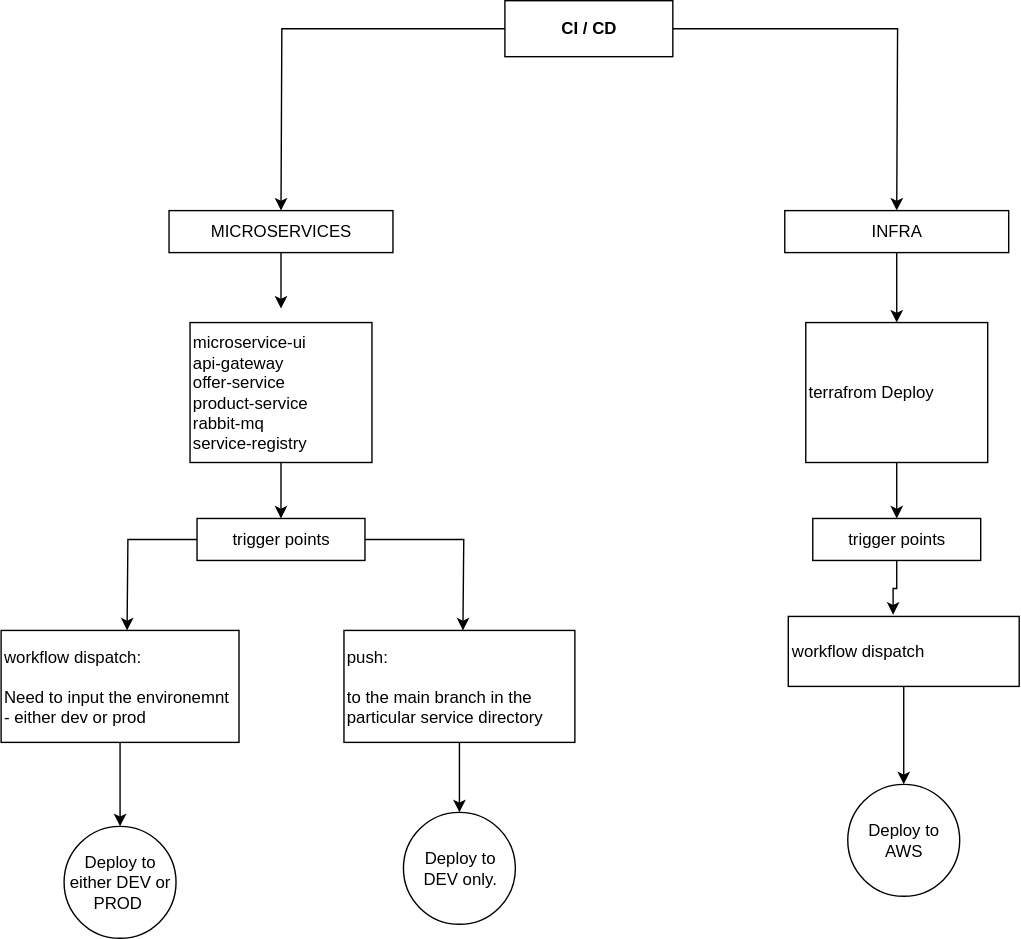
huzaifa1221/microservices-DevOps-Aws keeps this draw.io diagram as readme-images/cicd-arch.svg. Above is the earlier version. Source tidied: cells renumbered, new cells last; positions are measured from the earlier drawing's top-left corner, leaving out a move shared by most shapes. The source it was exported from:
```xml
<mxGraphModel>
  <root>
    <mxCell id="0" />
    <mxCell id="1" parent="0" />
    <mxCell id="2" style="edgeStyle=orthogonalEdgeStyle;rounded=0;jettySize=auto;html=1;" parent="1" edge="1" source="4">
      <mxGeometry relative="1" as="geometry">
        <mxPoint x="200" y="150" as="targetPoint" />
      </mxGeometry>
    </mxCell>
    <mxCell id="3" style="edgeStyle=orthogonalEdgeStyle;rounded=0;jettySize=auto;html=1;" parent="1" edge="1" source="4">
      <mxGeometry relative="1" as="geometry">
        <mxPoint x="640" y="150" as="targetPoint" />
      </mxGeometry>
    </mxCell>
    <mxCell id="4" value="&lt;b&gt;CI / CD&lt;/b&gt;" style="rounded=0;whiteSpace=wrap;html=1;" parent="1" vertex="1">
      <mxGeometry x="360" width="120" height="40" as="geometry" />
    </mxCell>
    <mxCell id="5" style="edgeStyle=orthogonalEdgeStyle;rounded=0;jettySize=auto;html=1;" parent="1" edge="1" source="6">
      <mxGeometry relative="1" as="geometry">
        <mxPoint x="200" y="220" as="targetPoint" />
      </mxGeometry>
    </mxCell>
    <mxCell id="6" value="MICROSERVICES" style="rounded=0;whiteSpace=wrap;html=1;" parent="1" vertex="1">
      <mxGeometry x="120" y="150" width="160" height="30" as="geometry" />
    </mxCell>
    <mxCell id="7" style="edgeStyle=orthogonalEdgeStyle;rounded=0;jettySize=auto;html=1;" parent="1" edge="1" source="8">
      <mxGeometry relative="1" as="geometry">
        <mxPoint x="640" y="230" as="targetPoint" />
      </mxGeometry>
    </mxCell>
    <mxCell id="8" value="INFRA" style="rounded=0;whiteSpace=wrap;html=1;" parent="1" vertex="1">
      <mxGeometry x="560" y="150" width="160" height="30" as="geometry" />
    </mxCell>
    <mxCell id="9" style="edgeStyle=orthogonalEdgeStyle;rounded=0;jettySize=auto;html=1;" parent="1" edge="1" source="10" target="13">
      <mxGeometry relative="1" as="geometry" />
    </mxCell>
    <mxCell id="10" value="microservice-ui&lt;div&gt;api-gateway&lt;/div&gt;&lt;div&gt;offer-service&lt;/div&gt;&lt;div&gt;product-service&lt;/div&gt;&lt;div&gt;rabbit-mq&lt;/div&gt;&lt;div&gt;service-registry&lt;/div&gt;" style="text;html=1;align=left;verticalAlign=middle;whiteSpace=wrap;rounded=0;strokeColor=default;" parent="1" vertex="1">
      <mxGeometry x="135" y="230" width="130" height="100" as="geometry" />
    </mxCell>
    <mxCell id="11" style="edgeStyle=orthogonalEdgeStyle;rounded=0;jettySize=auto;html=1;" parent="1" edge="1" source="13">
      <mxGeometry relative="1" as="geometry">
        <mxPoint x="90" y="450" as="targetPoint" />
      </mxGeometry>
    </mxCell>
    <mxCell id="12" style="edgeStyle=orthogonalEdgeStyle;rounded=0;jettySize=auto;html=1;" parent="1" edge="1" source="13">
      <mxGeometry relative="1" as="geometry">
        <mxPoint x="330" y="450" as="targetPoint" />
      </mxGeometry>
    </mxCell>
    <mxCell id="13" value="trigger points" style="rounded=0;whiteSpace=wrap;html=1;" parent="1" vertex="1">
      <mxGeometry x="140" y="370" width="120" height="30" as="geometry" />
    </mxCell>
    <mxCell id="14" style="edgeStyle=orthogonalEdgeStyle;rounded=0;jettySize=auto;html=1;entryX=0.5;entryY=0;entryDx=0;entryDy=0;" parent="1" edge="1" source="15" target="19">
      <mxGeometry relative="1" as="geometry" />
    </mxCell>
    <mxCell id="15" value="&lt;div&gt;push:&lt;/div&gt;&lt;div&gt;&lt;br&gt;&lt;/div&gt;&lt;div&gt;to the main branch in the particular service directory&lt;/div&gt;" style="rounded=0;whiteSpace=wrap;html=1;align=left;" parent="1" vertex="1">
      <mxGeometry x="245" y="450" width="165" height="80" as="geometry" />
    </mxCell>
    <mxCell id="16" style="edgeStyle=orthogonalEdgeStyle;rounded=0;jettySize=auto;html=1;entryX=0.5;entryY=0;entryDx=0;entryDy=0;" parent="1" edge="1" source="17" target="18">
      <mxGeometry relative="1" as="geometry" />
    </mxCell>
    <mxCell id="17" value="&lt;div&gt;workflow dispatch:&lt;/div&gt;&lt;div&gt;&lt;br&gt;&lt;/div&gt;&lt;div&gt;Need to input the environemnt - either dev or prod&amp;nbsp;&lt;/div&gt;" style="rounded=0;whiteSpace=wrap;html=1;align=left;" parent="1" vertex="1">
      <mxGeometry y="450" width="170" height="80" as="geometry" />
    </mxCell>
    <mxCell id="18" value="Deploy to either DEV or PROD&amp;nbsp;" style="ellipse;whiteSpace=wrap;html=1;" parent="1" vertex="1">
      <mxGeometry x="45" y="590" width="80" height="80" as="geometry" />
    </mxCell>
    <mxCell id="19" value="Deploy to DEV only." style="ellipse;whiteSpace=wrap;html=1;" parent="1" vertex="1">
      <mxGeometry x="287.5" y="580" width="80" height="80" as="geometry" />
    </mxCell>
    <mxCell id="20" style="edgeStyle=orthogonalEdgeStyle;rounded=0;jettySize=auto;html=1;entryX=0.5;entryY=0;entryDx=0;entryDy=0;" parent="1" edge="1" source="21" target="22">
      <mxGeometry relative="1" as="geometry" />
    </mxCell>
    <mxCell id="21" value="terrafrom Deploy" style="text;html=1;align=left;verticalAlign=middle;whiteSpace=wrap;rounded=0;strokeColor=default;" parent="1" vertex="1">
      <mxGeometry x="575" y="230" width="130" height="100" as="geometry" />
    </mxCell>
    <mxCell id="22" value="trigger points" style="rounded=0;whiteSpace=wrap;html=1;" parent="1" vertex="1">
      <mxGeometry x="580" y="370" width="120" height="30" as="geometry" />
    </mxCell>
    <mxCell id="23" style="edgeStyle=orthogonalEdgeStyle;rounded=0;jettySize=auto;html=1;" parent="1" edge="1" source="24">
      <mxGeometry relative="1" as="geometry">
        <mxPoint x="645" y="560" as="targetPoint" />
      </mxGeometry>
    </mxCell>
    <mxCell id="24" value="&lt;div&gt;workflow dispatch&amp;nbsp;&lt;/div&gt;" style="rounded=0;whiteSpace=wrap;html=1;align=left;" parent="1" vertex="1">
      <mxGeometry x="562.5" y="440" width="165" height="50" as="geometry" />
    </mxCell>
    <mxCell id="25" style="edgeStyle=orthogonalEdgeStyle;rounded=0;jettySize=auto;html=1;entryX=0.454;entryY=-0.024;entryDx=0;entryDy=0;entryPerimeter=0;" parent="1" edge="1" source="22" target="24">
      <mxGeometry relative="1" as="geometry" />
    </mxCell>
    <mxCell id="26" value="Deploy to AWS" style="ellipse;whiteSpace=wrap;html=1;" parent="1" vertex="1">
      <mxGeometry x="605" y="560" width="80" height="80" as="geometry" />
    </mxCell>
  </root>
</mxGraphModel>
```
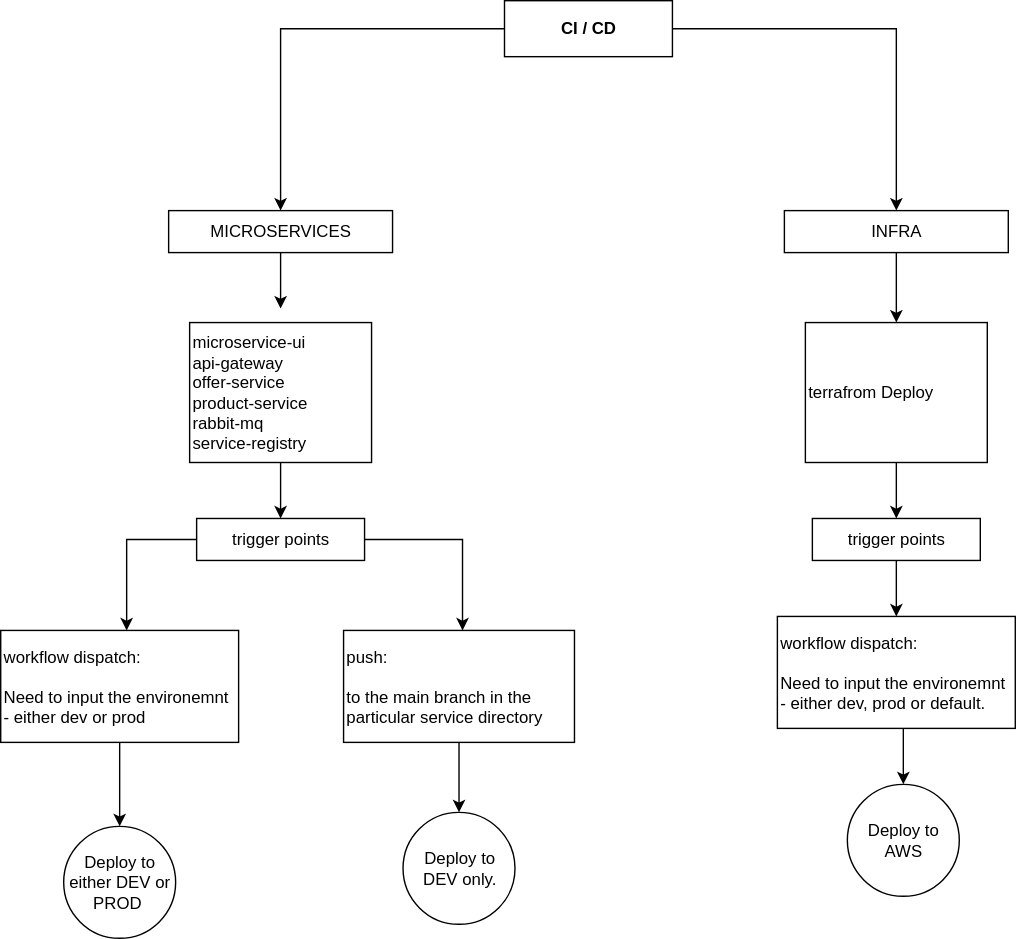
After the change.

What changed in the source:
```diff
@@ -74,22 +74,23 @@
     <mxCell id="21" value="terrafrom Deploy" style="text;html=1;align=left;verticalAlign=middle;whiteSpace=wrap;rounded=0;strokeColor=default;" parent="1" vertex="1">
       <mxGeometry x="575" y="230" width="130" height="100" as="geometry" />
     </mxCell>
+    <mxCell id="27" style="edgeStyle=orthogonalEdgeStyle;rounded=0;jettySize=auto;html=1;entryX=0.5;entryY=0;entryDx=0;entryDy=0;" parent="1" edge="1" source="22" target="28">
+      <mxGeometry relative="1" as="geometry" />
+    </mxCell>
     <mxCell id="22" value="trigger points" style="rounded=0;whiteSpace=wrap;html=1;" parent="1" vertex="1">
       <mxGeometry x="580" y="370" width="120" height="30" as="geometry" />
     </mxCell>
-    <mxCell id="23" style="edgeStyle=orthogonalEdgeStyle;rounded=0;jettySize=auto;html=1;" parent="1" edge="1" source="24">
+    <mxCell id="23" style="edgeStyle=orthogonalEdgeStyle;rounded=0;orthogonalLoop=1;jettySize=auto;html=1;" parent="1" edge="1">
       <mxGeometry relative="1" as="geometry">
+        <mxPoint x="645" y="490" as="sourcePoint" />
         <mxPoint x="645" y="560" as="targetPoint" />
       </mxGeometry>
     </mxCell>
-    <mxCell id="24" value="&lt;div&gt;workflow dispatch&amp;nbsp;&lt;/div&gt;" style="rounded=0;whiteSpace=wrap;html=1;align=left;" parent="1" vertex="1">
-      <mxGeometry x="562.5" y="440" width="165" height="50" as="geometry" />
-    </mxCell>
-    <mxCell id="25" style="edgeStyle=orthogonalEdgeStyle;rounded=0;jettySize=auto;html=1;entryX=0.454;entryY=-0.024;entryDx=0;entryDy=0;entryPerimeter=0;" parent="1" edge="1" source="22" target="24">
-      <mxGeometry relative="1" as="geometry" />
-    </mxCell>
     <mxCell id="26" value="Deploy to AWS" style="ellipse;whiteSpace=wrap;html=1;" parent="1" vertex="1">
       <mxGeometry x="605" y="560" width="80" height="80" as="geometry" />
     </mxCell>
+    <mxCell id="28" value="&lt;div&gt;workflow dispatch:&lt;/div&gt;&lt;div&gt;&lt;br&gt;&lt;/div&gt;&lt;div&gt;Need to input the environemnt - either dev, prod or default.&lt;/div&gt;" style="rounded=0;whiteSpace=wrap;html=1;align=left;" parent="1" vertex="1">
+      <mxGeometry x="555" y="440" width="170" height="80" as="geometry" />
+    </mxCell>
   </root>
 </mxGraphModel>
```
